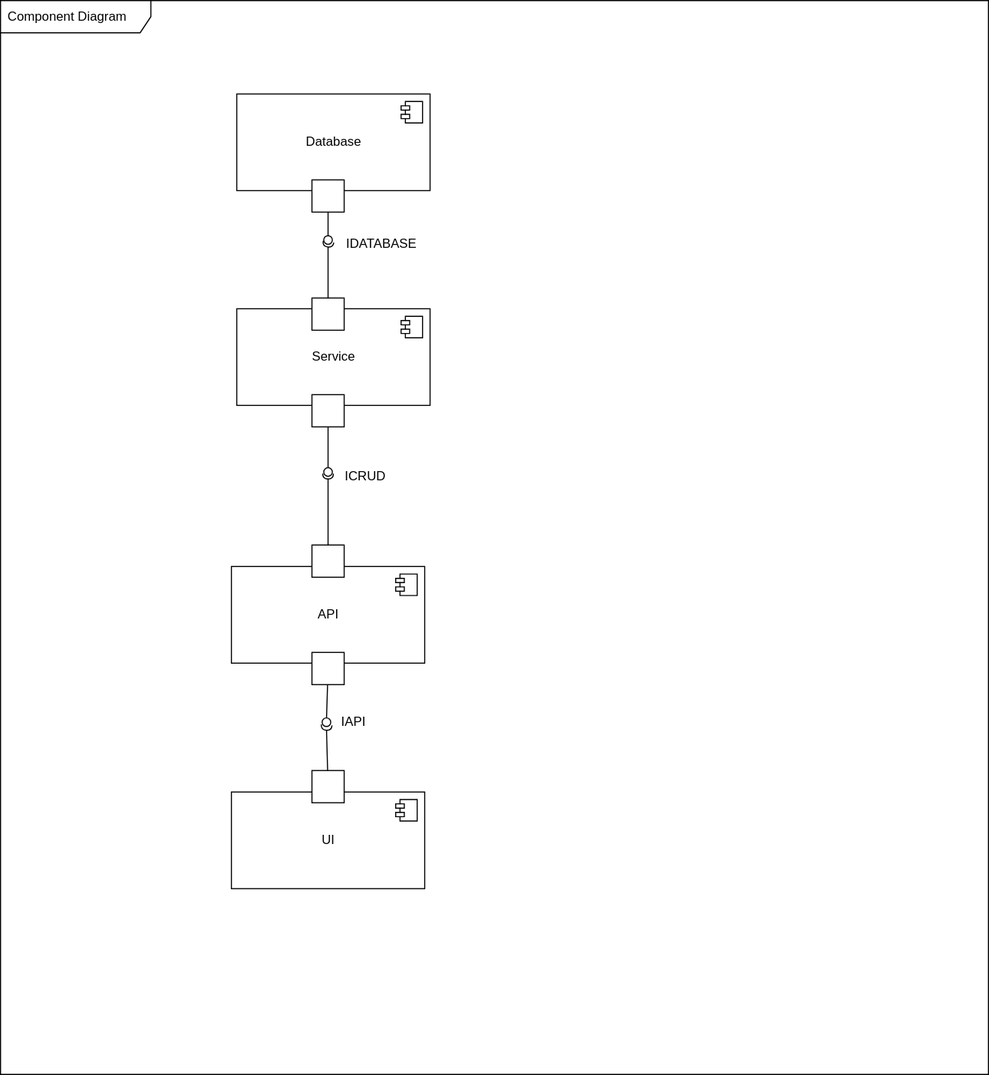
samuelpilusa365/myRepo keeps this draw.io diagram as Component_Diagram.svg. Above is the earlier version. Source tidied: cells renumbered, new cells last; positions are measured from the earlier drawing's top-left corner, leaving out a move shared by most shapes.
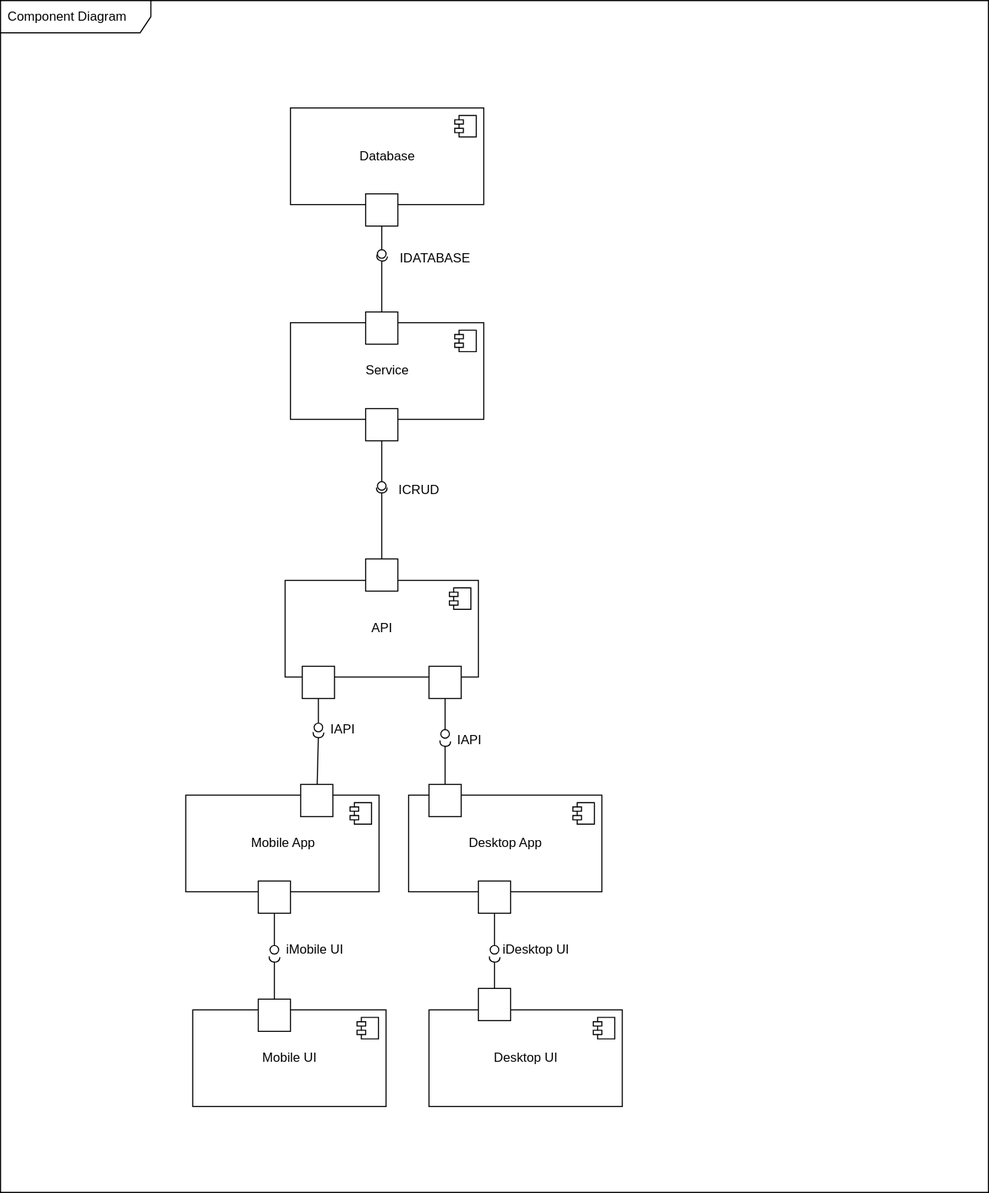
After the commit.

The edit, as a diff of the source:
```diff
@@ -3,7 +3,7 @@
     <mxCell id="0" />
     <mxCell id="1" parent="0" />
     <mxCell id="2" value="Component Diagram" style="shape=umlFrame;whiteSpace=wrap;html=1;width=140;height=30;boundedLbl=1;verticalAlign=middle;align=left;spacingLeft=5;" parent="1" vertex="1">
-      <mxGeometry width="920" height="1000" as="geometry" />
+      <mxGeometry x="-50" y="-13" width="920" height="1110" as="geometry" />
     </mxCell>
     <mxCell id="3" value="Database" style="html=1;" parent="1" vertex="1">
       <mxGeometry x="220" y="87" width="180" height="90" as="geometry" />
@@ -29,8 +29,8 @@
         <mxPoint x="-27" y="7" as="offset" />
       </mxGeometry>
     </mxCell>
-    <mxCell id="9" value="UI" style="html=1;" parent="1" vertex="1">
-      <mxGeometry x="215" y="737" width="180" height="90" as="geometry" />
+    <mxCell id="9" value="Desktop App" style="html=1;" parent="1" vertex="1">
+      <mxGeometry x="330" y="727" width="180" height="90" as="geometry" />
     </mxCell>
     <mxCell id="10" style="shape=module;jettyWidth=8;jettyHeight=4;" parent="9" vertex="1">
       <mxGeometry x="1" width="20" height="20" relative="1" as="geometry">
@@ -74,22 +74,22 @@
       <mxGeometry x="302.5" y="438" width="5" height="10" as="geometry" />
     </mxCell>
     <mxCell id="23" style="html=1;rounded=0;" parent="1" vertex="1">
-      <mxGeometry x="290" y="607" width="30" height="30" as="geometry" />
+      <mxGeometry x="349" y="607" width="30" height="30" as="geometry" />
     </mxCell>
     <mxCell id="24" style="endArrow=none;html=1;rounded=0;align=center;verticalAlign=top;endFill=0;labelBackgroundColor=none;endSize=2;" parent="1" edge="1" source="23" target="25">
       <mxGeometry relative="1" as="geometry" />
     </mxCell>
     <mxCell id="25" style="ellipse;html=1;fontSize=11;align=center;fillColor=none;points=[];verticalAlign=bottom;labelPosition=center;verticalLabelPosition=top;flipH=1;" parent="1" vertex="1">
-      <mxGeometry x="299.5" y="668" width="8" height="8" as="geometry" />
+      <mxGeometry x="360" y="666" width="8" height="8" as="geometry" />
     </mxCell>
     <mxCell id="26" style="html=1;rounded=0;" parent="1" vertex="1">
-      <mxGeometry x="290" y="717" width="30" height="30" as="geometry" />
+      <mxGeometry x="349" y="717" width="30" height="30" as="geometry" />
     </mxCell>
     <mxCell id="27" style="endArrow=none;html=1;rounded=0;align=center;verticalAlign=top;endFill=0;labelBackgroundColor=none;endSize=2;" parent="1" edge="1" source="26" target="28">
       <mxGeometry relative="1" as="geometry" />
     </mxCell>
     <mxCell id="28" style="shape=requiredInterface;html=1;fontSize=11;align=center;fillColor=none;points=[];verticalAlign=bottom;labelPosition=center;verticalLabelPosition=top;flipH=1;rotation=-85;" parent="1" vertex="1">
-      <mxGeometry x="301" y="672" width="5" height="10" as="geometry" />
+      <mxGeometry x="361.5" y="674" width="5" height="10" as="geometry" />
     </mxCell>
     <mxCell id="29" value="IDATABASE" style="text;html=1;strokeColor=none;fillColor=none;align=center;verticalAlign=middle;whiteSpace=wrap;rounded=0;" parent="1" vertex="1">
       <mxGeometry x="335" y="217" width="40" height="20" as="geometry" />
@@ -98,7 +98,94 @@
       <mxGeometry x="320" y="433" width="40" height="20" as="geometry" />
     </mxCell>
     <mxCell id="31" value="IAPI" style="text;html=1;strokeColor=none;fillColor=none;align=center;verticalAlign=middle;whiteSpace=wrap;rounded=0;" parent="1" vertex="1">
-      <mxGeometry x="309" y="662" width="40" height="20" as="geometry" />
+      <mxGeometry x="248.5" y="656" width="40" height="20" as="geometry" />
     </mxCell>
+    <mxCell id="32" value="Mobile App" style="html=1;" parent="1" vertex="1">
+      <mxGeometry x="122.5" y="727" width="180" height="90" as="geometry" />
+    </mxCell>
+    <mxCell id="33" style="shape=module;jettyWidth=8;jettyHeight=4;" parent="32" vertex="1">
+      <mxGeometry x="1" width="20" height="20" relative="1" as="geometry">
+        <mxPoint x="-27" y="7" as="offset" />
+      </mxGeometry>
+    </mxCell>
+    <mxCell id="34" style="html=1;rounded=0;" parent="1" vertex="1">
+      <mxGeometry x="231" y="607" width="30" height="30" as="geometry" />
+    </mxCell>
+    <mxCell id="35" style="endArrow=none;html=1;rounded=0;align=center;verticalAlign=top;endFill=0;labelBackgroundColor=none;endSize=2;" parent="1" edge="1" source="34" target="36">
+      <mxGeometry relative="1" as="geometry" />
+    </mxCell>
+    <mxCell id="36" style="ellipse;html=1;fontSize=11;align=center;fillColor=none;points=[];verticalAlign=bottom;labelPosition=center;verticalLabelPosition=top;flipH=1;" parent="1" vertex="1">
+      <mxGeometry x="242" y="660" width="8" height="8" as="geometry" />
+    </mxCell>
+    <mxCell id="37" style="html=1;rounded=0;" parent="1" vertex="1">
+      <mxGeometry x="229.5" y="717" width="30" height="30" as="geometry" />
+    </mxCell>
+    <mxCell id="38" style="endArrow=none;html=1;rounded=0;align=center;verticalAlign=top;endFill=0;labelBackgroundColor=none;endSize=2;" parent="1" edge="1" source="37" target="39">
+      <mxGeometry relative="1" as="geometry" />
+    </mxCell>
+    <mxCell id="39" style="shape=requiredInterface;html=1;fontSize=11;align=center;fillColor=none;points=[];verticalAlign=bottom;labelPosition=center;verticalLabelPosition=top;flipH=1;rotation=-88;" parent="1" vertex="1">
+      <mxGeometry x="243.5" y="666" width="5" height="10" as="geometry" />
+    </mxCell>
+    <mxCell id="40" value="IAPI" style="text;html=1;strokeColor=none;fillColor=none;align=center;verticalAlign=middle;whiteSpace=wrap;rounded=0;" parent="1" vertex="1">
+      <mxGeometry x="366.5" y="666" width="40" height="20" as="geometry" />
+    </mxCell>
+    <mxCell id="41" value="Mobile UI" style="html=1;" parent="1" vertex="1">
+      <mxGeometry x="129" y="927" width="180" height="90" as="geometry" />
+    </mxCell>
+    <mxCell id="42" style="shape=module;jettyWidth=8;jettyHeight=4;" parent="41" vertex="1">
+      <mxGeometry x="1" width="20" height="20" relative="1" as="geometry">
+        <mxPoint x="-27" y="7" as="offset" />
+      </mxGeometry>
+    </mxCell>
+    <mxCell id="43" style="html=1;rounded=0;" parent="1" vertex="1">
+      <mxGeometry x="190" y="807" width="30" height="30" as="geometry" />
+    </mxCell>
+    <mxCell id="44" style="endArrow=none;html=1;rounded=0;align=center;verticalAlign=top;endFill=0;labelBackgroundColor=none;endSize=2;" parent="1" edge="1" source="43" target="45">
+      <mxGeometry relative="1" as="geometry" />
+    </mxCell>
+    <mxCell id="45" style="ellipse;html=1;fontSize=11;align=center;fillColor=none;points=[];verticalAlign=bottom;labelPosition=center;verticalLabelPosition=top;flipH=1;" parent="1" vertex="1">
+      <mxGeometry x="201" y="867" width="8" height="8" as="geometry" />
+    </mxCell>
+    <mxCell id="46" style="html=1;rounded=0;" parent="1" vertex="1">
+      <mxGeometry x="190" y="917" width="30" height="30" as="geometry" />
+    </mxCell>
+    <mxCell id="47" style="endArrow=none;html=1;rounded=0;align=center;verticalAlign=top;endFill=0;labelBackgroundColor=none;endSize=2;" parent="1" edge="1" source="46" target="48">
+      <mxGeometry relative="1" as="geometry" />
+    </mxCell>
+    <mxCell id="48" style="shape=requiredInterface;html=1;fontSize=11;align=center;fillColor=none;points=[];verticalAlign=bottom;labelPosition=center;verticalLabelPosition=top;flipH=1;rotation=-85;" parent="1" vertex="1">
+      <mxGeometry x="202.5" y="875" width="5" height="10" as="geometry" />
+    </mxCell>
+    <mxCell id="49" value="Desktop UI" style="html=1;" parent="1" vertex="1">
+      <mxGeometry x="349" y="927" width="180" height="90" as="geometry" />
+    </mxCell>
+    <mxCell id="50" style="shape=module;jettyWidth=8;jettyHeight=4;" parent="49" vertex="1">
+      <mxGeometry x="1" width="20" height="20" relative="1" as="geometry">
+        <mxPoint x="-27" y="7" as="offset" />
+      </mxGeometry>
+    </mxCell>
+    <mxCell id="51" style="html=1;rounded=0;" parent="1" vertex="1">
+      <mxGeometry x="395" y="807" width="30" height="30" as="geometry" />
+    </mxCell>
+    <mxCell id="52" style="endArrow=none;html=1;rounded=0;align=center;verticalAlign=top;endFill=0;labelBackgroundColor=none;endSize=2;" parent="1" edge="1" source="51" target="53">
+      <mxGeometry relative="1" as="geometry" />
+    </mxCell>
+    <mxCell id="53" style="ellipse;html=1;fontSize=11;align=center;fillColor=none;points=[];verticalAlign=bottom;labelPosition=center;verticalLabelPosition=top;flipH=1;" parent="1" vertex="1">
+      <mxGeometry x="406" y="867" width="8" height="8" as="geometry" />
+    </mxCell>
+    <mxCell id="54" style="html=1;rounded=0;" parent="1" vertex="1">
+      <mxGeometry x="395" y="907" width="30" height="30" as="geometry" />
+    </mxCell>
+    <mxCell id="55" style="endArrow=none;html=1;rounded=0;align=center;verticalAlign=top;endFill=0;labelBackgroundColor=none;endSize=2;" parent="1" edge="1" source="54" target="56">
+      <mxGeometry relative="1" as="geometry" />
+    </mxCell>
+    <mxCell id="56" style="shape=requiredInterface;html=1;fontSize=11;align=center;fillColor=none;points=[];verticalAlign=bottom;labelPosition=center;verticalLabelPosition=top;flipH=1;rotation=-85;" parent="1" vertex="1">
+      <mxGeometry x="407.5" y="875" width="5" height="10" as="geometry" />
+    </mxCell>
+    <mxCell id="57" value="iMobile UI" style="text;html=1;strokeColor=none;fillColor=none;align=center;verticalAlign=middle;whiteSpace=wrap;rounded=0;" parent="1" vertex="1">
+      <mxGeometry x="207.5" y="861" width="70" height="20" as="geometry" />
+    </mxCell>
+    <mxCell id="58" value="iDesktop UI" style="text;html=1;strokeColor=none;fillColor=none;align=center;verticalAlign=middle;whiteSpace=wrap;rounded=0;" parent="1" vertex="1">
+      <mxGeometry x="414" y="861" width="70" height="20" as="geometry" />
+    </mxCell>
   </root>
 </mxGraphModel>
```
